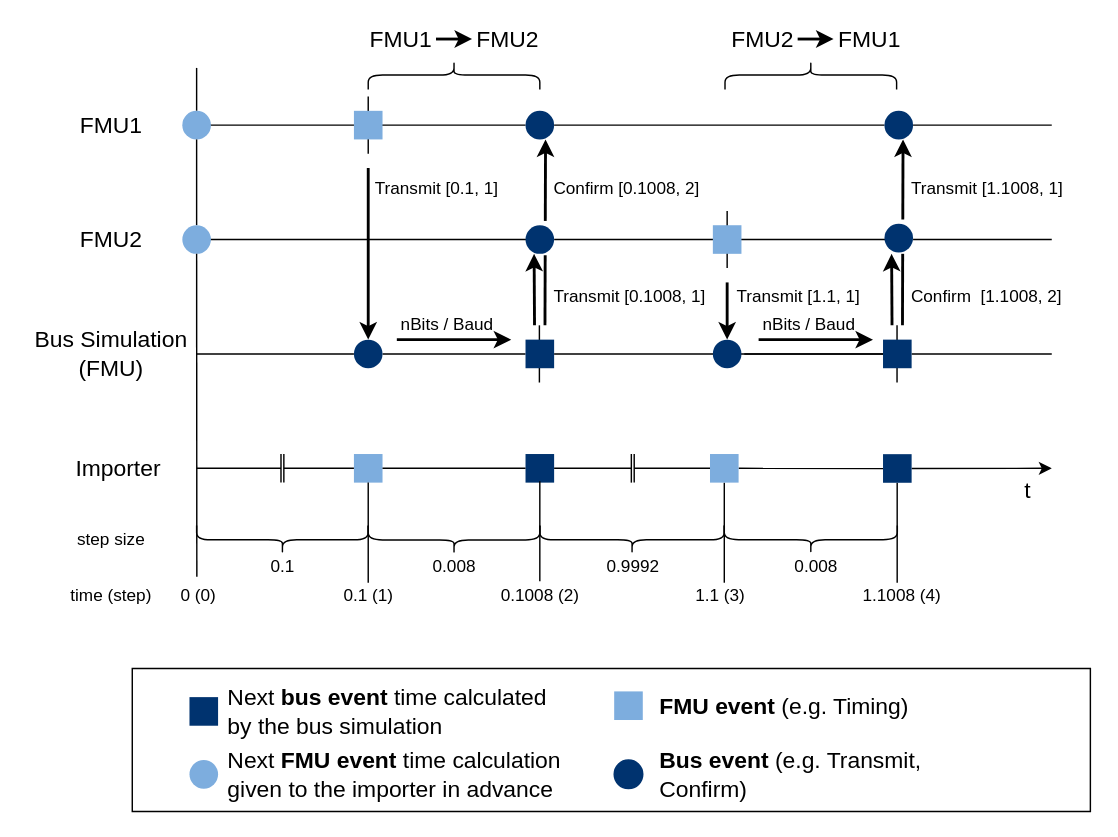
modelica/fmi-ls-bus keeps this draw.io diagram as docs/images/bus_simulation_example.drawio. Above is the earlier version. Source tidied: cells renumbered, new cells numbered last; positions are measured from the earlier drawing's top-left corner, leaving out a move shared by most shapes. Both pictures are drawn from the tidied source at 143%, with x=0, y=0 at pixel (24, -11).
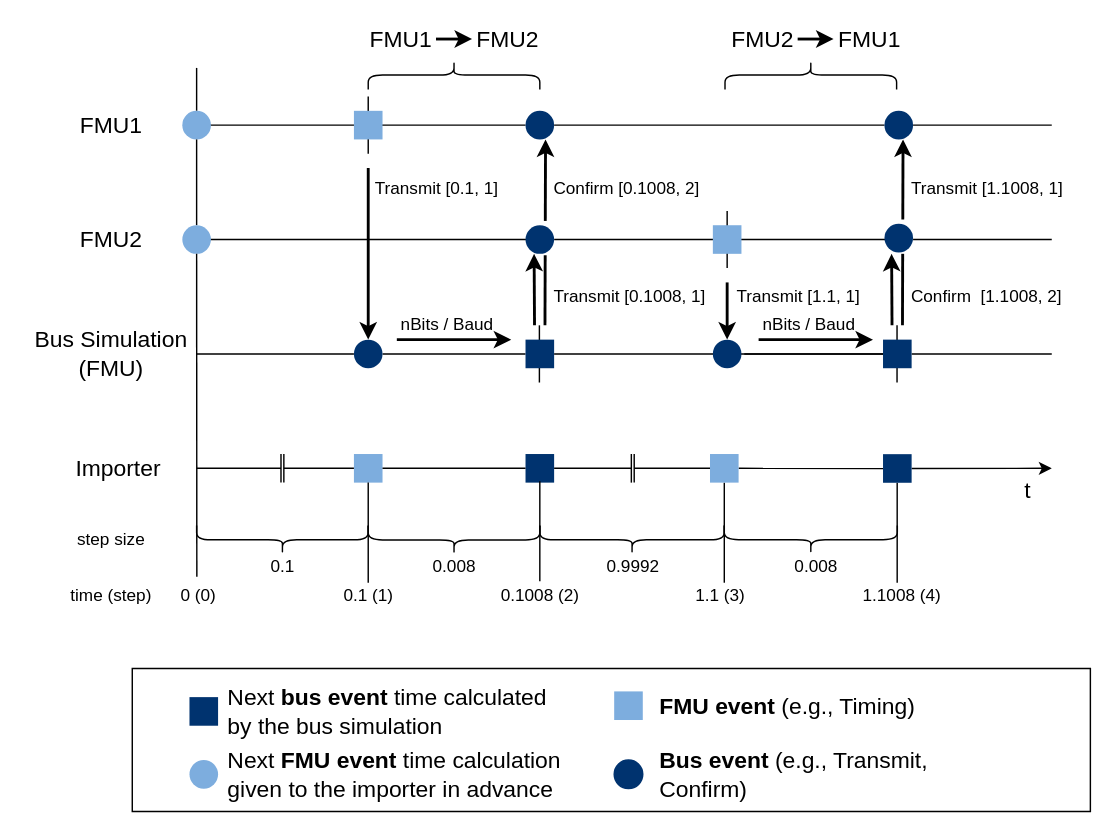
The same page after the edit.

The edit, as a diff of the source:
```diff
@@
-    <mxCell id="87" value="&lt;b&gt;Bus event&lt;/b&gt; (e.g. Transmit, &lt;br&gt;Confirm)" style="text;html=1;align=left;verticalAlign=middle;strokeColor=none;fillColor=none;fontSize=16;" parent="1" vertex="1">
-      <mxGeometry x="442" y="529" width="200" height="40" as="geometry" />
+    <mxCell id="87" value="&lt;b&gt;Bus event&lt;/b&gt; (e.g., Transmit, &lt;br&gt;Confirm)" style="text;html=1;align=left;verticalAlign=middle;strokeColor=none;fillColor=none;fontSize=16;" parent="1" vertex="1">
+      <mxGeometry x="442" y="524" width="210" height="50" as="geometry" />
     </mxCell>
-    <mxCell id="88" value="&lt;b&gt;FMU event&lt;/b&gt; (e.g. Timing)" style="text;html=1;align=left;verticalAlign=middle;strokeColor=none;fillColor=none;fontSize=16;" parent="1" vertex="1">
-      <mxGeometry x="442" y="491" width="190" height="20" as="geometry" />
+    <mxCell id="88" value="&lt;b&gt;FMU event&lt;/b&gt; (e.g., Timing)" style="text;html=1;align=left;verticalAlign=middle;strokeColor=none;fillColor=none;fontSize=16;" parent="1" vertex="1">
+      <mxGeometry x="442" y="486" width="200" height="30" as="geometry" />
     </mxCell>
```
